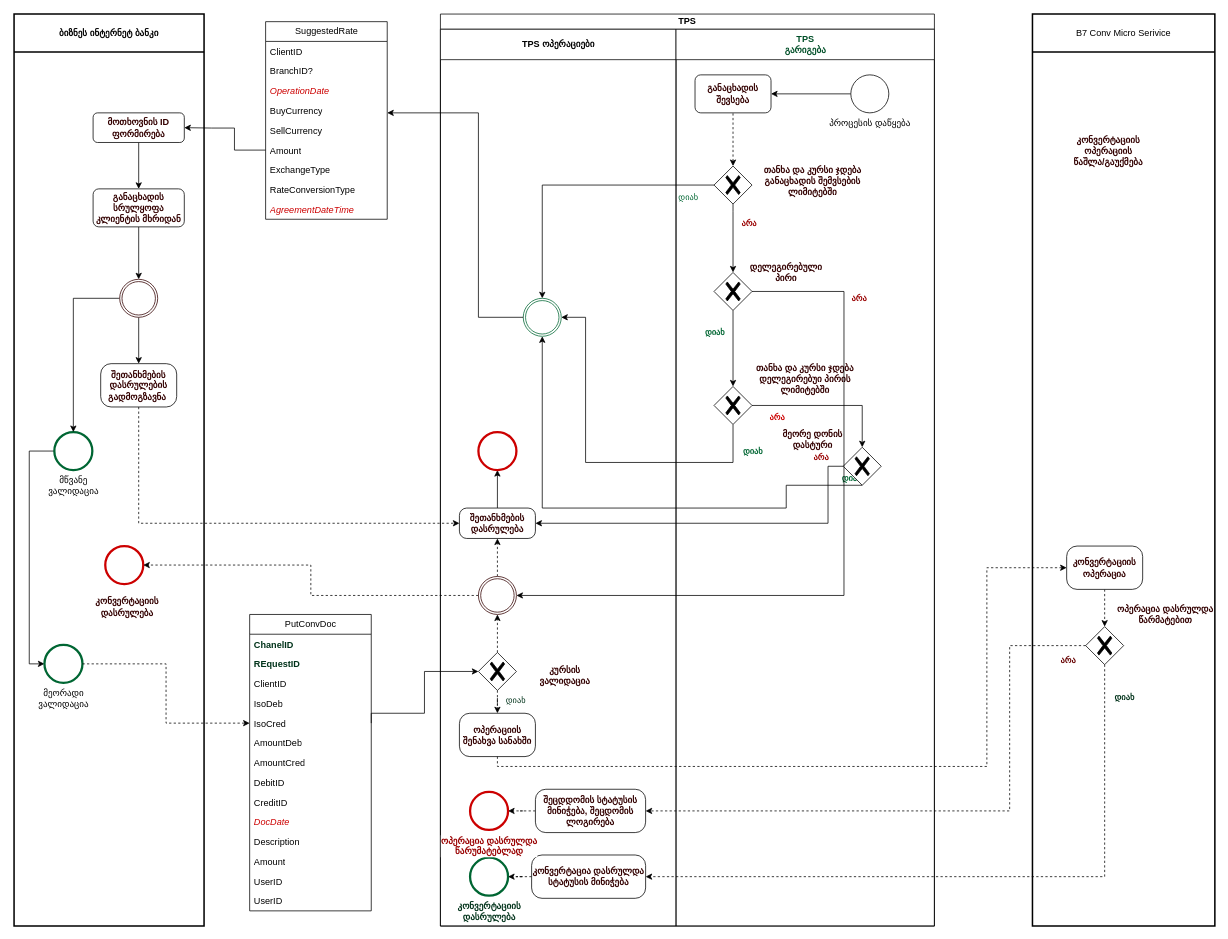
vaso514d/drawio keeps this draw.io diagram as page "შეღავთიანი კურსზე სიტყვიერი შეთანხმება" (2 of 4) of RateDealProcessDiagram.drawio. Above is the earlier version. Source tidied: cells renumbered, new cells numbered last; positions are measured from the earlier drawing's top-left corner, leaving out a move shared by most shapes. Both pictures are drawn from the tidied source at 76%, with x=0, y=0 at pixel (14, 14).
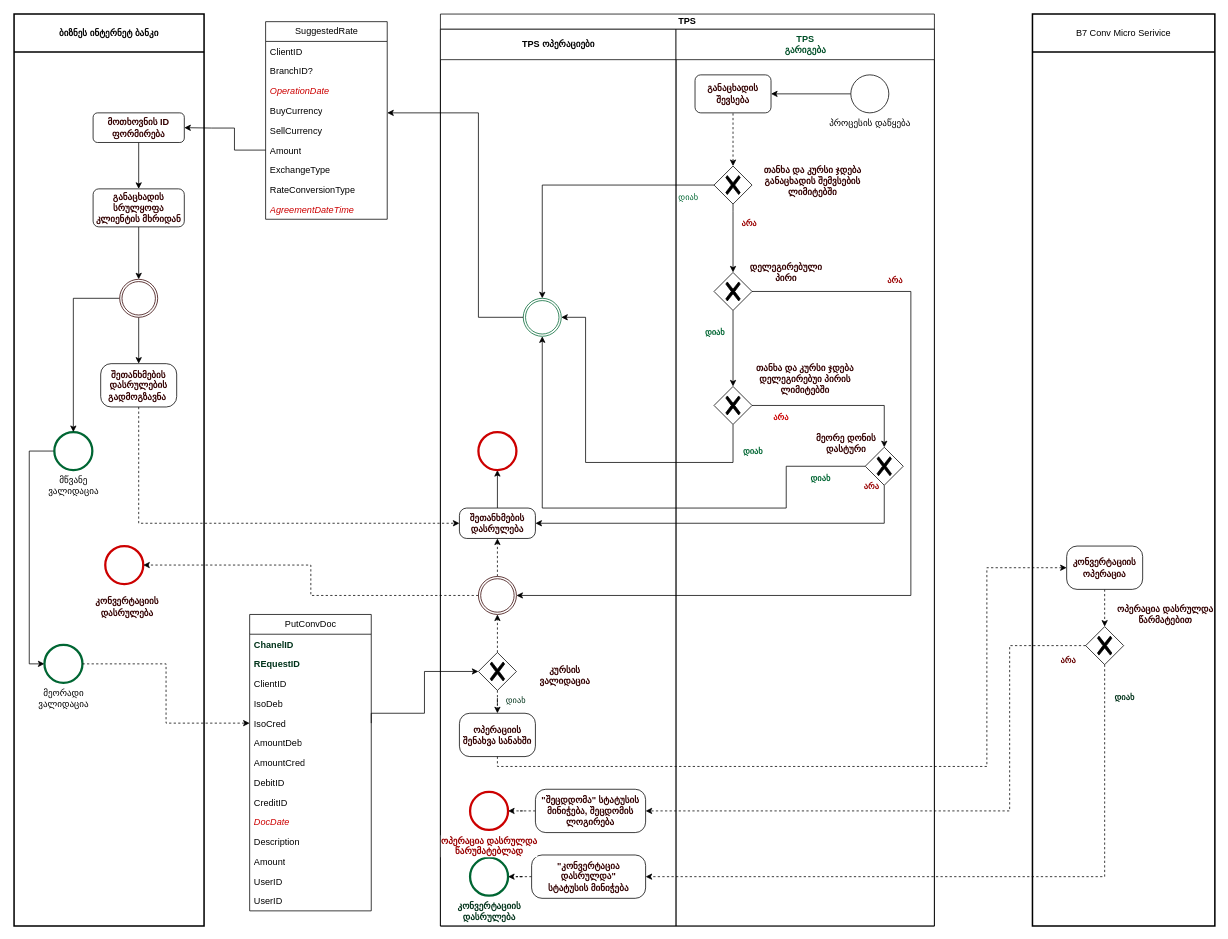
The same diagram, later.

The change refers to these unchanged cells:
```xml
<mxCell id="16" value="TPS" style="swimlane;html=1;startSize=20;whiteSpace=wrap;" parent="1" vertex="1">
  <mxGeometry x="561" width="650" height="1200" as="geometry" />
</mxCell>
<mxCell id="25" value="TPS ოპერაციები" style="swimlane;html=1;startSize=40;" parent="16" vertex="1">
  <mxGeometry y="20" width="310" height="1180" as="geometry" />
</mxCell>
<mxCell id="26" style="points=[[0.145,0.145,0],[0.5,0,0],[0.855,0.145,0],[1,0.5,0],[0.855,0.855,0],[0.5,1,0],[0.145,0.855,0],[0,0.5,0]];shape=mxgraph.bpmn.event;html=1;verticalLabelPosition=bottom;labelBackgroundColor=#ffffff;verticalAlign=top;align=center;perimeter=ellipsePerimeter;outlineConnect=0;outline=throwing;symbol=general;strokeColor=#006633;" parent="25" vertex="1">
  <mxGeometry x="109" y="354" width="50" height="50" as="geometry" />
</mxCell>
<mxCell id="28" value="&lt;b&gt;შეთანხმების დასრულება&lt;/b&gt;" style="rounded=1;whiteSpace=wrap;html=1;labelBackgroundColor=none;fontColor=#330000;arcSize=24;" parent="25" vertex="1">
  <mxGeometry x="25" y="630" width="100" height="40" as="geometry" />
</mxCell>
<mxCell id="36" style="points=[[0.145,0.145,0],[0.5,0,0],[0.855,0.145,0],[1,0.5,0],[0.855,0.855,0],[0.5,1,0],[0.145,0.855,0],[0,0.5,0]];shape=mxgraph.bpmn.event;html=1;verticalLabelPosition=bottom;labelBackgroundColor=#ffffff;verticalAlign=top;align=center;perimeter=ellipsePerimeter;outlineConnect=0;outline=throwing;symbol=general;strokeColor=#330000;" parent="25" vertex="1">
  <mxGeometry x="50" y="720" width="50" height="50" as="geometry" />
</mxCell>
<mxCell id="43" value="&lt;b style=&quot;border-color: var(--border-color); color: rgb(0, 79, 40);&quot;&gt;TPS&lt;br style=&quot;border-color: var(--border-color);&quot;&gt;გარიგება&lt;/b&gt;" style="swimlane;html=1;startSize=40;" parent="16" vertex="1">
  <mxGeometry x="310" y="20" width="340" height="1180" as="geometry" />
</mxCell>
<mxCell id="58" style="points=[[0.25,0.25,0],[0.5,0,0],[0.75,0.25,0],[1,0.5,0],[0.75,0.75,0],[0.5,1,0],[0.25,0.75,0],[0,0.5,0]];shape=mxgraph.bpmn.gateway2;html=1;verticalLabelPosition=bottom;labelBackgroundColor=#ffffff;verticalAlign=top;align=center;perimeter=rhombusPerimeter;outlineConnect=0;outline=none;symbol=none;gwType=exclusive;" parent="43" vertex="1">
  <mxGeometry x="50" y="320" width="50" height="50" as="geometry" />
</mxCell>
<mxCell id="76" value="B7 Conv Micro Serivice" style="swimlane;html=1;startSize=50;fontStyle=0;horizontal=1;swimlaneLine=1;strokeWidth=2;swimlaneFillColor=#ffffff;whiteSpace=wrap;" parent="1" vertex="1">
  <mxGeometry x="1340" width="240" height="1200" as="geometry" />
</mxCell>
```

Change to the diagram source:
```diff
@@
-    <mxCell id="17" style="edgeStyle=orthogonalEdgeStyle;rounded=0;jettySize=auto;html=1;fontColor=#006633;exitX=0.5;exitY=1;exitDx=0;exitDy=0;exitPerimeter=0;startArrow=none;startFill=0;entryX=0.5;entryY=1;entryDx=0;entryDy=0;entryPerimeter=0;" parent="16" edge="1" source="47" target="26">
+    <mxCell id="17" style="edgeStyle=orthogonalEdgeStyle;rounded=0;jettySize=auto;html=1;fontColor=#006633;startArrow=none;startFill=0;entryX=0.5;entryY=1;entryDx=0;entryDy=0;entryPerimeter=0;exitX=0;exitY=0.5;exitDx=0;exitDy=0;exitPerimeter=0;" parent="16" edge="1" source="47" target="26">
       <mxGeometry relative="1" as="geometry">
         <Array as="points">
+          <mxPoint x="455" y="595" />
           <mxPoint x="455" y="650" />
           <mxPoint x="134" y="650" />
         </Array>
       </mxGeometry>
     </mxCell>
     <mxCell id="18" value="დიახ" style="edgeLabel;html=1;align=center;verticalAlign=middle;fontColor=#006633;fontStyle=1;" parent="17" vertex="1">
       <mxGeometry x="-0.79" y="-1" relative="1" as="geometry">
-        <mxPoint x="56" y="-9" as="offset" />
+        <mxPoint x="14" y="16" as="offset" />
       </mxGeometry>
     </mxCell>
@@
-    <mxCell id="21" style="edgeStyle=orthogonalEdgeStyle;rounded=0;jettySize=auto;html=1;startArrow=none;startFill=0;entryX=1;entryY=0.5;entryDx=0;entryDy=0;" parent="16" edge="1" source="47" target="28">
+    <mxCell id="21" style="edgeStyle=orthogonalEdgeStyle;rounded=0;jettySize=auto;html=1;startArrow=none;startFill=0;entryX=1;entryY=0.5;entryDx=0;entryDy=0;exitX=0.5;exitY=1;exitDx=0;exitDy=0;exitPerimeter=0;" parent="16" edge="1" source="47" target="28">
       <mxGeometry relative="1" as="geometry">
         <Array as="points">
-          <mxPoint x="510" y="595" />
-          <mxPoint x="510" y="670" />
+          <mxPoint x="584" y="670" />
         </Array>
       </mxGeometry>
     </mxCell>
@@
-    <mxCell id="39" value="&lt;b&gt;კონვერტაცია დასრულდა&lt;br&gt;სტატუსის მინიჭება&lt;br&gt;&lt;/b&gt;" style="rounded=1;whiteSpace=wrap;html=1;labelBackgroundColor=none;fontColor=#330000;arcSize=24;" parent="25" vertex="1">
+    <mxCell id="39" value="&lt;b&gt;&quot;კონვერტაცია დასრულდა&quot;&lt;br&gt;სტატუსის მინიჭება&lt;br&gt;&lt;/b&gt;" style="rounded=1;whiteSpace=wrap;html=1;labelBackgroundColor=none;fontColor=#330000;arcSize=24;" parent="25" vertex="1">
       <mxGeometry x="120" y="1086.5" width="150" height="57" as="geometry" />
     </mxCell>
@@
-    <mxCell id="41" value="&lt;b&gt;შეცდდომის სტატუსის&lt;br&gt;მინიჭება, შეცდომის ლოგირება&lt;br&gt;&lt;/b&gt;" style="rounded=1;whiteSpace=wrap;html=1;labelBackgroundColor=none;fontColor=#330000;arcSize=24;" parent="25" vertex="1">
+    <mxCell id="41" value="&lt;b&gt;&quot;შეცდდომა&quot; სტატუსის&lt;br&gt;მინიჭება, შეცდომის ლოგირება&lt;br&gt;&lt;/b&gt;" style="rounded=1;whiteSpace=wrap;html=1;labelBackgroundColor=none;fontColor=#330000;arcSize=24;" parent="25" vertex="1">
       <mxGeometry x="125" y="1000" width="145" height="57" as="geometry" />
     </mxCell>
@@
+    <mxCell id="61" style="edgeStyle=orthogonalEdgeStyle;rounded=0;jettySize=auto;html=1;startArrow=none;startFill=0;entryX=1;entryY=0.5;entryDx=0;entryDy=0;entryPerimeter=0;" parent="16" edge="1" source="58" target="36">
+      <mxGeometry relative="1" as="geometry">
+        <Array as="points">
+          <mxPoint x="619" y="365" />
+          <mxPoint x="619" y="765" />
+        </Array>
+      </mxGeometry>
+    </mxCell>
+    <mxCell id="62" value="არა" style="edgeLabel;html=1;align=center;verticalAlign=middle;fontColor=#990000;fontStyle=1;" parent="61" vertex="1">
+      <mxGeometry x="-0.7" y="1" relative="1" as="geometry">
+        <mxPoint x="18" y="-14" as="offset" />
+      </mxGeometry>
+    </mxCell>
@@
     <mxCell id="47" style="points=[[0.25,0.25,0],[0.5,0,0],[0.75,0.25,0],[1,0.5,0],[0.75,0.75,0],[0.5,1,0],[0.25,0.75,0],[0,0.5,0]];shape=mxgraph.bpmn.gateway2;html=1;verticalLabelPosition=bottom;labelBackgroundColor=#ffffff;verticalAlign=top;align=center;perimeter=rhombusPerimeter;outlineConnect=0;outline=none;symbol=none;gwType=exclusive;fontColor=#006633;" parent="43" vertex="1">
-      <mxGeometry x="220" y="550" width="50" height="50" as="geometry" />
+      <mxGeometry x="249" y="550" width="50" height="50" as="geometry" />
     </mxCell>
@@
     <mxCell id="50" value="&lt;font color=&quot;#330000&quot;&gt;მეორე დონის&lt;br&gt;დასტური&lt;br&gt;&lt;/font&gt;" style="text;html=1;strokeColor=none;fillColor=none;align=center;verticalAlign=middle;whiteSpace=wrap;rounded=0;fontColor=#CC0000;fontStyle=1;" parent="43" vertex="1">
-      <mxGeometry x="135" y="520" width="90" height="40" as="geometry" />
+      <mxGeometry x="179" y="525" width="90" height="40" as="geometry" />
     </mxCell>
@@
-    <mxCell id="61" style="edgeStyle=orthogonalEdgeStyle;rounded=0;jettySize=auto;html=1;startArrow=none;startFill=0;entryX=1;entryY=0.5;entryDx=0;entryDy=0;entryPerimeter=0;" parent="16" edge="1" source="58" target="36">
-      <mxGeometry relative="1" as="geometry">
-        <Array as="points">
-          <mxPoint x="531" y="365" />
-          <mxPoint x="531" y="765" />
-        </Array>
-      </mxGeometry>
-    </mxCell>
-    <mxCell id="62" value="არა" style="edgeLabel;html=1;align=center;verticalAlign=middle;fontColor=#990000;fontStyle=1;" parent="61" vertex="1">
-      <mxGeometry x="-0.7" y="1" relative="1" as="geometry">
-        <mxPoint x="18" y="-14" as="offset" />
-      </mxGeometry>
-    </mxCell>
@@
-    <mxCell id="77" value="&lt;font color=&quot;#330000&quot;&gt;კონვერტაციის ოპერაციის&lt;br&gt;წაშლა/გაუქმება&lt;br&gt;&lt;/font&gt;" style="text;html=1;strokeColor=none;fillColor=none;align=center;verticalAlign=middle;whiteSpace=wrap;rounded=0;fontColor=#CC0000;fontStyle=1;" parent="76" vertex="1">
-      <mxGeometry x="40" y="160" width="120" height="40" as="geometry" />
-    </mxCell>
```
